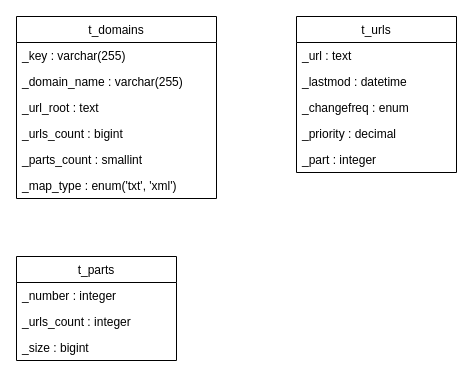
The draw.io diagram diagram.drawio in encephalux/sitemap-manager, before the edit. Source tidied: cells renumbered, new cells numbered last; positions are measured from the earlier drawing's top-left corner, leaving out a move shared by most shapes. Both pictures are drawn from the tidied source at 100%, with x=0, y=0 at pixel (16, 16).
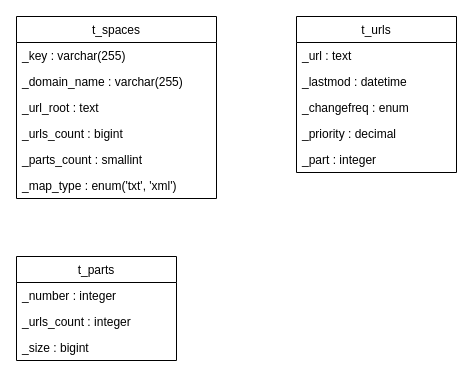
The same diagram, later.

Commit message:
rename t_domains to t_spaces

Change to the diagram source:
```diff
@@
 <mxGraphModel>
   <root>
     <mxCell id="0" />
     <mxCell id="1" parent="0" />
-    <mxCell id="2" value="t_domains" style="swimlane;fontStyle=0;horizontal=1;startSize=26;fillColor=none;" parent="1" vertex="1">
+    <mxCell id="2" value="t_spaces" style="swimlane;fontStyle=0;horizontal=1;startSize=26;fillColor=none;" parent="1" vertex="1">
       <mxGeometry width="200" height="182" as="geometry" />
     </mxCell>
     <mxCell id="3" value="_key : varchar(255)" style="text;strokeColor=none;fillColor=none;align=left;verticalAlign=top;spacingLeft=4;spacingRight=4;overflow=hidden;" parent="2" vertex="1">
       <mxGeometry y="26" width="200" height="26" as="geometry" />
     </mxCell>
     <mxCell id="4" value="_domain_name : varchar(255)" style="text;strokeColor=none;fillColor=none;align=left;verticalAlign=top;spacingLeft=4;spacingRight=4;overflow=hidden;" parent="2" vertex="1">
       <mxGeometry y="52" width="200" height="26" as="geometry" />
     </mxCell>
     <mxCell id="5" value="_url_root : text" style="text;strokeColor=none;fillColor=none;align=left;verticalAlign=top;spacingLeft=4;spacingRight=4;overflow=hidden;" parent="2" vertex="1">
       <mxGeometry y="78" width="200" height="26" as="geometry" />
     </mxCell>
     <mxCell id="6" value="_urls_count : bigint" style="text;strokeColor=none;fillColor=none;align=left;verticalAlign=top;spacingLeft=4;spacingRight=4;overflow=hidden;" parent="2" vertex="1">
       <mxGeometry y="104" width="200" height="26" as="geometry" />
     </mxCell>
     <mxCell id="7" value="_parts_count : smallint" style="text;strokeColor=none;fillColor=none;align=left;verticalAlign=top;spacingLeft=4;spacingRight=4;overflow=hidden;" parent="2" vertex="1">
       <mxGeometry y="130" width="200" height="26" as="geometry" />
     </mxCell>
     <mxCell id="8" value="_map_type : enum('txt', 'xml')" style="text;strokeColor=none;fillColor=none;align=left;verticalAlign=top;spacingLeft=4;spacingRight=4;overflow=hidden;" parent="2" vertex="1">
       <mxGeometry y="156" width="200" height="26" as="geometry" />
     </mxCell>
     <mxCell id="9" value="t_urls" style="swimlane;fontStyle=0;horizontal=1;startSize=26;fillColor=none;" parent="1" vertex="1">
       <mxGeometry x="280" width="160" height="156" as="geometry" />
     </mxCell>
     <mxCell id="10" value="_url : text" style="text;strokeColor=none;fillColor=none;align=left;verticalAlign=top;spacingLeft=4;spacingRight=4;overflow=hidden;" parent="9" vertex="1">
       <mxGeometry y="26" width="160" height="26" as="geometry" />
     </mxCell>
     <mxCell id="11" value="_lastmod : datetime" style="text;strokeColor=none;fillColor=none;align=left;verticalAlign=top;spacingLeft=4;spacingRight=4;overflow=hidden;" parent="9" vertex="1">
       <mxGeometry y="52" width="160" height="26" as="geometry" />
     </mxCell>
     <mxCell id="12" value="_changefreq : enum" style="text;strokeColor=none;fillColor=none;align=left;verticalAlign=top;spacingLeft=4;spacingRight=4;overflow=hidden;" parent="9" vertex="1">
       <mxGeometry y="78" width="160" height="26" as="geometry" />
     </mxCell>
     <mxCell id="13" value="_priority : decimal" style="text;strokeColor=none;fillColor=none;align=left;verticalAlign=top;spacingLeft=4;spacingRight=4;overflow=hidden;" parent="9" vertex="1">
       <mxGeometry y="104" width="160" height="26" as="geometry" />
     </mxCell>
     <mxCell id="14" value="_part : integer" style="text;strokeColor=none;fillColor=none;align=left;verticalAlign=top;spacingLeft=4;spacingRight=4;overflow=hidden;" parent="9" vertex="1">
       <mxGeometry y="130" width="160" height="26" as="geometry" />
     </mxCell>
     <mxCell id="15" value="t_parts" style="swimlane;fontStyle=0;horizontal=1;startSize=26;fillColor=none;" parent="1" vertex="1">
       <mxGeometry y="240" width="160" height="104" as="geometry" />
     </mxCell>
     <mxCell id="16" value="_number : integer" style="text;strokeColor=none;fillColor=none;align=left;verticalAlign=top;spacingLeft=4;spacingRight=4;overflow=hidden;" parent="15" vertex="1">
       <mxGeometry y="26" width="160" height="26" as="geometry" />
     </mxCell>
     <mxCell id="17" value="_urls_count : integer" style="text;strokeColor=none;fillColor=none;align=left;verticalAlign=top;spacingLeft=4;spacingRight=4;overflow=hidden;" parent="15" vertex="1">
       <mxGeometry y="52" width="160" height="26" as="geometry" />
     </mxCell>
     <mxCell id="18" value="_size : bigint" style="text;strokeColor=none;fillColor=none;align=left;verticalAlign=top;spacingLeft=4;spacingRight=4;overflow=hidden;" parent="15" vertex="1">
       <mxGeometry y="78" width="160" height="26" as="geometry" />
     </mxCell>
   </root>
 </mxGraphModel>
```
